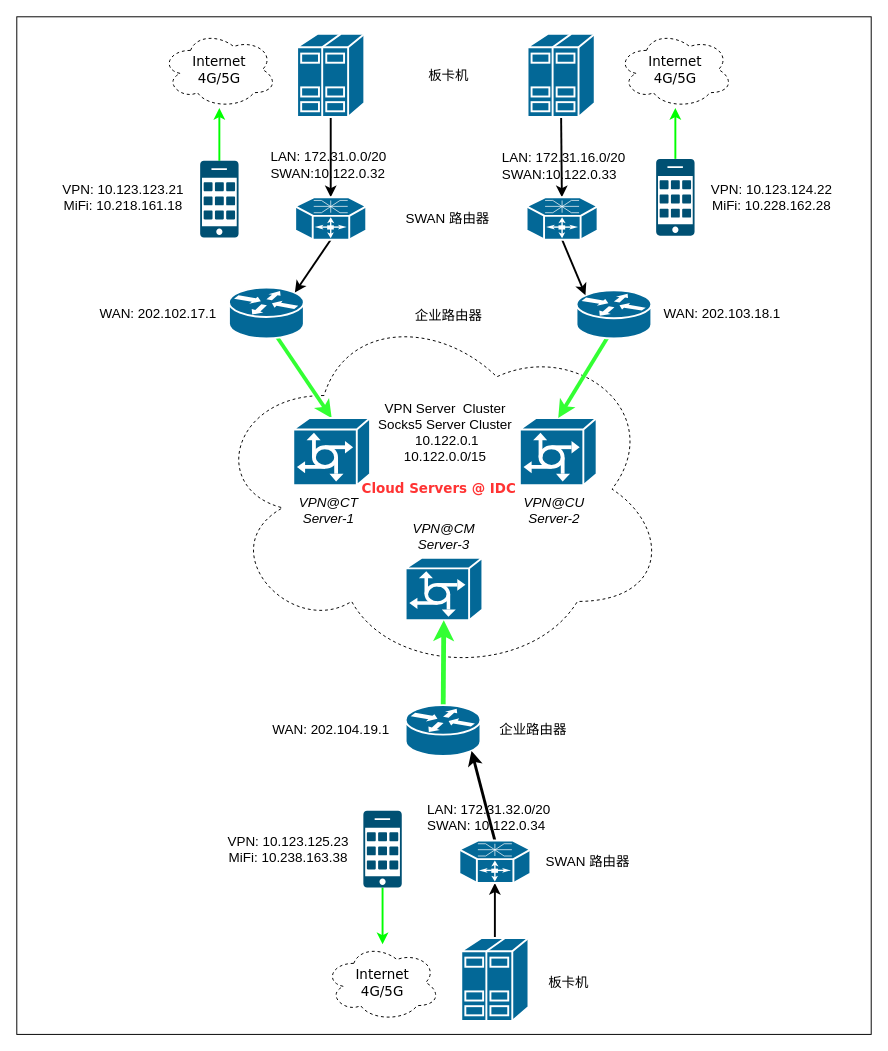
This is Untitled Diagram.drawio from nxtreaming/andy_study, a draw.io file, before an edit. Source tidied: cells renumbered, new cells numbered last; positions are measured from the earlier drawing's top-left corner, leaving out a move shared by most shapes. Both pictures are drawn from the tidied source at 96%, with x=0, y=0 at pixel (16, 16).
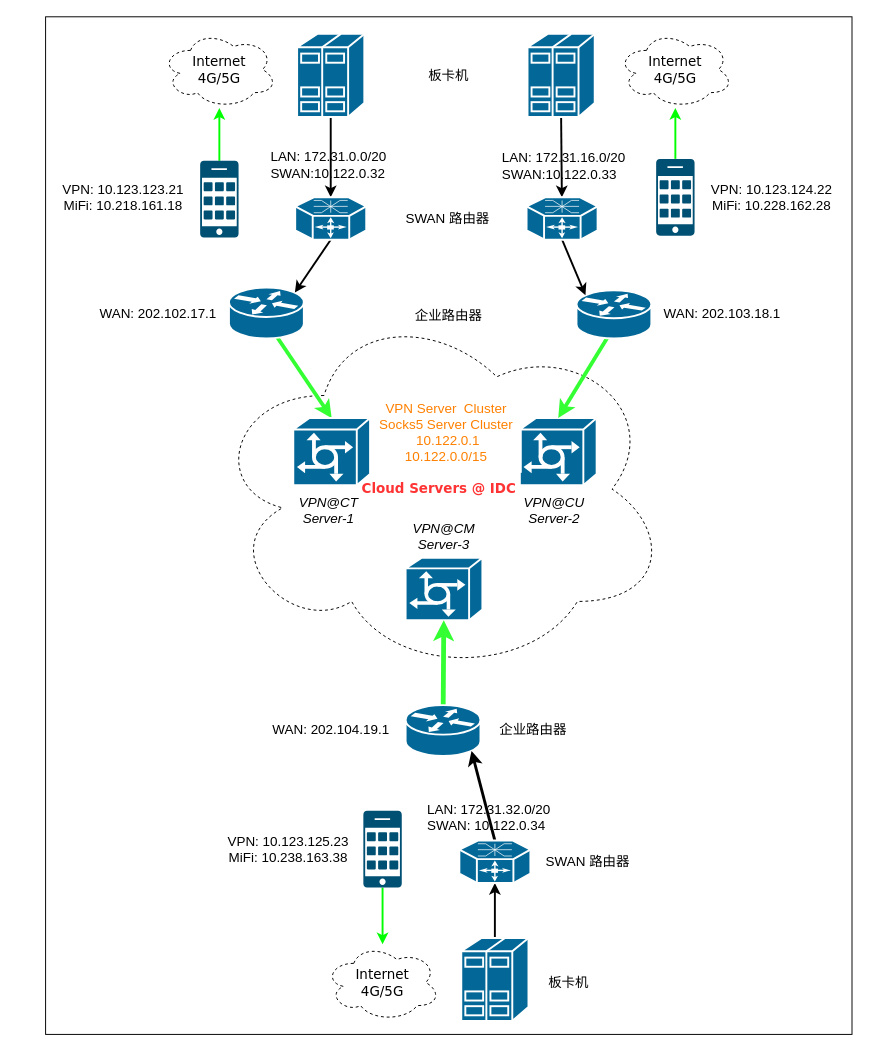
The same diagram, later.

What changed in the source:
```diff
@@
     <mxCell id="2" style="whiteSpace=wrap;html=1;fontColor=#0000FF;" parent="1" vertex="1">
-      <mxGeometry width="890" height="1060" as="geometry" />
+      <mxGeometry x="30" width="840" height="1060" as="geometry" />
     </mxCell>
@@
-    <mxCell id="42" value="&lt;font style=&quot;font-size: 14px;&quot;&gt;VPN Server&amp;nbsp; Cluster&lt;br&gt;Socks5 Server Cluster&lt;br&gt;&amp;nbsp;10.122.0.1&lt;br&gt;10.122.0.0/15&lt;/font&gt;" style="text;strokeColor=none;align=center;fillColor=#FFFFFF;html=1;verticalAlign=middle;whiteSpace=wrap;rounded=0;" parent="1" vertex="1">
-      <mxGeometry x="373" y="390" width="147" height="85" as="geometry" />
+    <mxCell id="42" value="&lt;font color=&quot;#ff8000&quot; style=&quot;font-size: 14px;&quot;&gt;VPN Server&amp;nbsp; Cluster&lt;br&gt;Socks5 Server Cluster&lt;br&gt;&amp;nbsp;10.122.0.1&lt;br&gt;10.122.0.0/15&lt;/font&gt;" style="text;strokeColor=none;align=center;fillColor=#FFFFFF;html=1;verticalAlign=middle;whiteSpace=wrap;rounded=0;" parent="1" vertex="1">
+      <mxGeometry x="369" y="390" width="157" height="85" as="geometry" />
     </mxCell>
```
